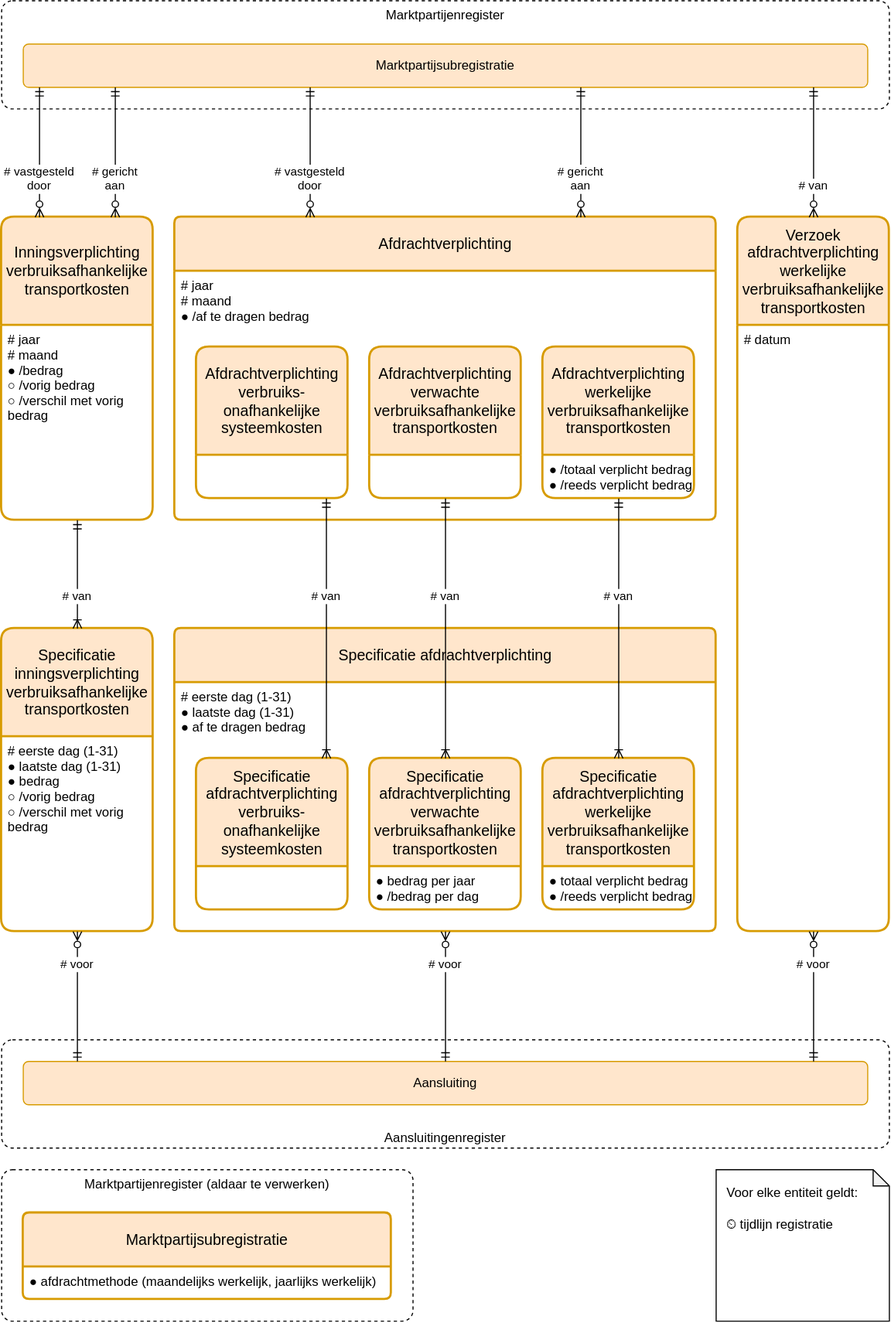
Earlier version of the draw.io export registers/afdrachtverplichtingenregister/1.0/afdrachtverplichtingenregister.drawio.svg (netbeheernederland/stelsel). Source tidied: cells renumbered, new cells last; positions are measured from the earlier drawing's top-left corner, leaving out a move shared by most shapes.
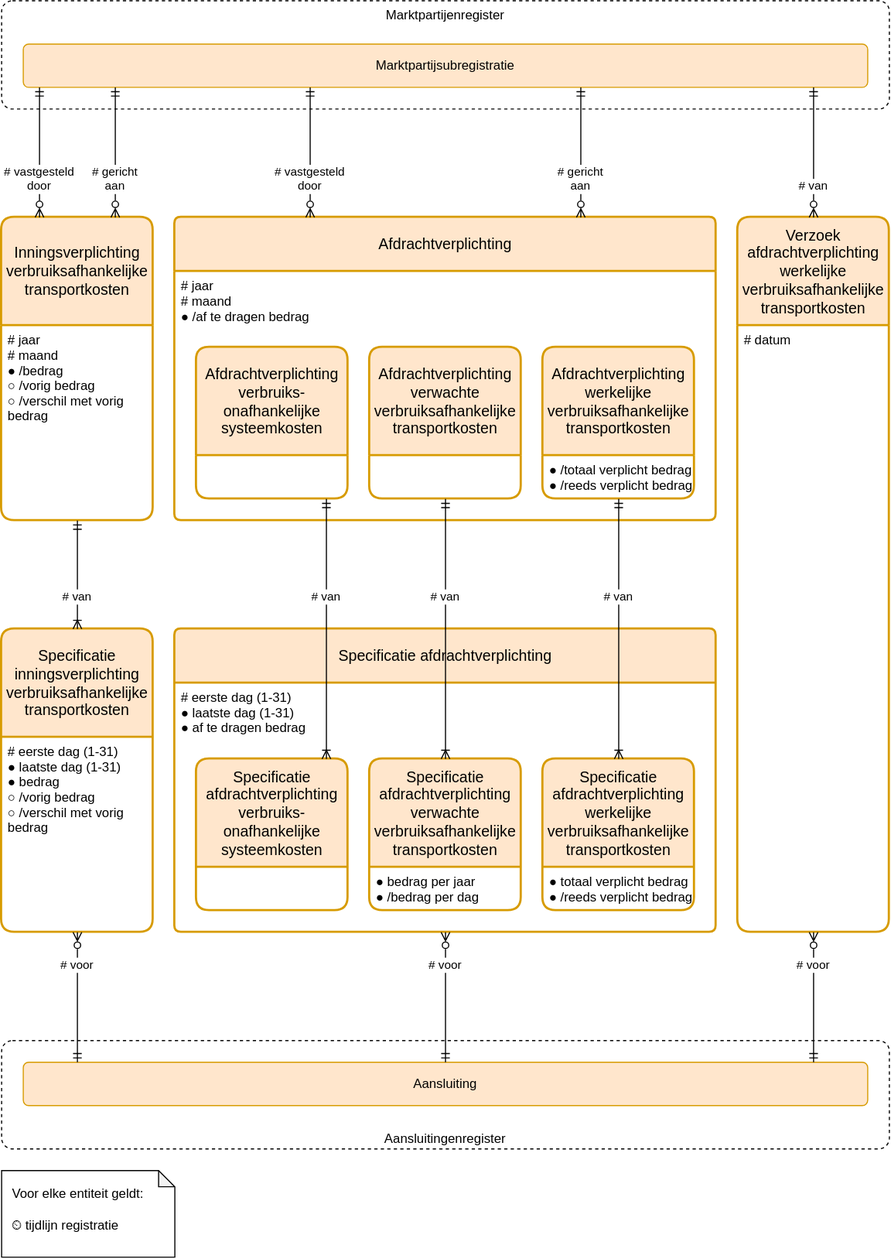
After the change.

Commit message:
laatste puntjes

Change to the diagram source:
```diff
@@ -2,18 +2,9 @@
   <root>
     <mxCell id="0" />
     <mxCell id="1" parent="0" />
-    <mxCell id="2" value="Marktpartijenregister (aldaar te verwerken)" style="rounded=1;whiteSpace=wrap;absoluteArcSize=1;dashed=1;fillColor=default;verticalAlign=top;spacingLeft=10;spacingRight=10;" parent="1" vertex="1">
-      <mxGeometry y="1080" width="380" height="140" as="geometry" />
-    </mxCell>
     <mxCell id="3" value="Voor elke entiteit geldt:&#10;&#10;⏲ tijdlijn registratie" style="shape=note;whiteSpace=wrap;backgroundOutline=1;darkOpacity=0.05;align=left;verticalAlign=top;spacing=10;size=15;" parent="1" vertex="1">
-      <mxGeometry x="660" y="1080" width="160" height="140" as="geometry" />
+      <mxGeometry y="1080" width="160" height="80" as="geometry" />
     </mxCell>
-    <mxCell id="4" value="Marktpartijsubregistratie" style="swimlane;horizontal=1;startSize=50;rounded=1;fontSize=14;fontStyle=0;strokeWidth=2;shadow=0;dashed=0;align=center;arcSize=4;whiteSpace=wrap;spacing=10;fillColor=#ffe6cc;strokeColor=#d79b00;" parent="1" vertex="1">
-      <mxGeometry x="20" y="1120" width="340" height="80" as="geometry" />
-    </mxCell>
-    <mxCell id="5" value="● afdrachtmethode (maandelijks werkelijk, jaarlijks werkelijk)" style="align=left;strokeColor=none;fillColor=none;spacingLeft=4;fontSize=12;verticalAlign=top;" parent="4" vertex="1">
-      <mxGeometry y="50" width="340" height="30" as="geometry" />
-    </mxCell>
     <mxCell id="6" value="Specificatie afdrachtverplichting" style="swimlane;horizontal=1;startSize=50;rounded=1;fontSize=14;fontStyle=0;strokeWidth=2;shadow=0;dashed=0;align=center;arcSize=4;whiteSpace=wrap;spacing=10;fillColor=#ffe6cc;strokeColor=#d79b00;" parent="1" vertex="1">
       <mxGeometry x="160" y="580" width="500" height="280" as="geometry" />
     </mxCell>
```
